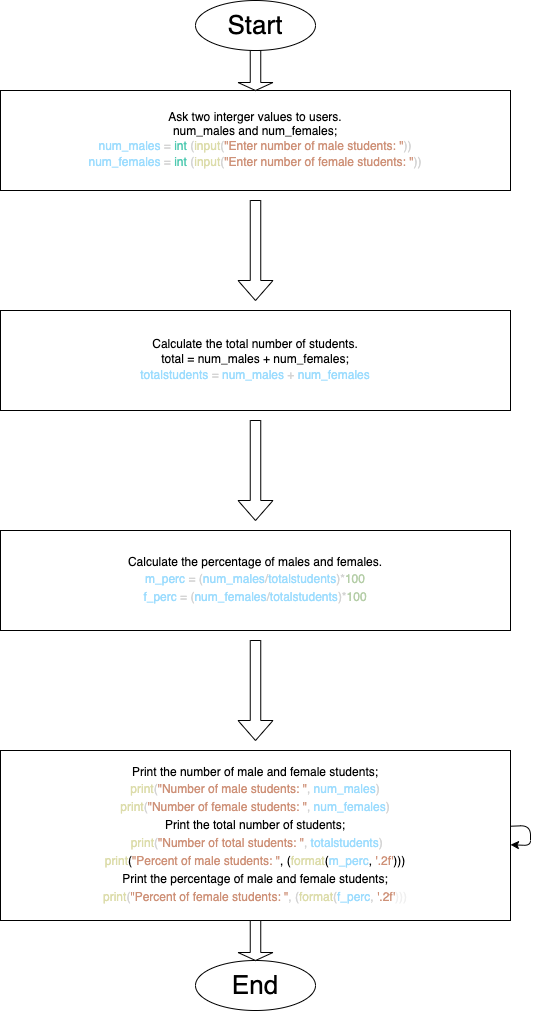
The draw.io diagram hello.drawio.png in Ventura-CSV/assignment-2-1-cris5665, before a commit. Source tidied: cells renumbered, new cells last; positions are measured from the earlier drawing's top-left corner, leaving out a move shared by most shapes.
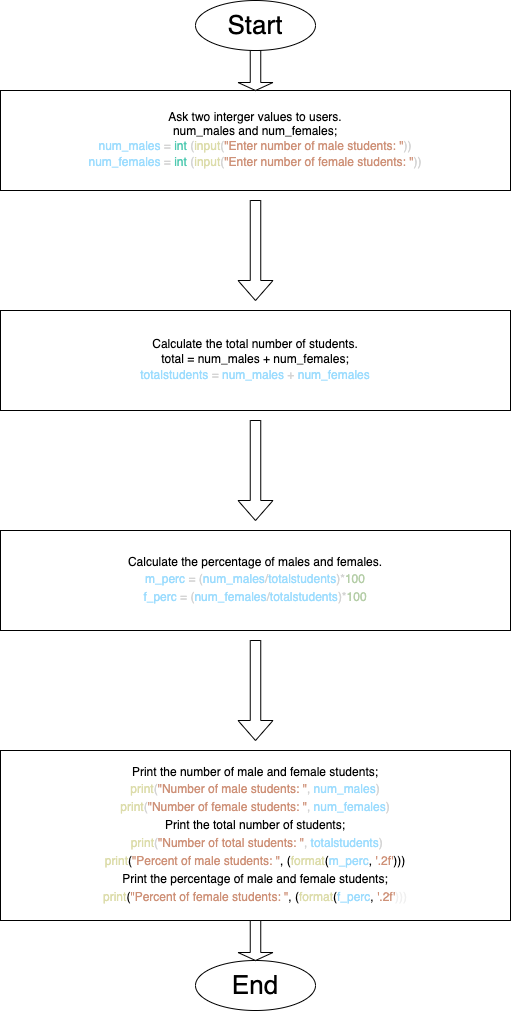
Above is the later version.

Diff of the diagram source:
```diff
@@ -14,16 +14,9 @@
     <mxCell id="5" style="shape=singleArrow;direction=south;whiteSpace=wrap;html=1;labelBackgroundColor=#18141D;fontFamily=Helvetica;" parent="1" vertex="1">
       <mxGeometry x="237.5" y="640" width="35" height="100" as="geometry" />
     </mxCell>
-    <mxCell id="6" value="Print the number of male and female students;&lt;br&gt;&lt;div style=&quot;line-height: 18px;&quot;&gt;&lt;div style=&quot;color: rgb(212, 212, 212);&quot;&gt; &lt;span style=&quot;color: #dcdcaa;&quot;&gt;print&lt;/span&gt;(&lt;span style=&quot;color: #ce9178;&quot;&gt;&quot;Number of male students: &quot;&lt;/span&gt;, &lt;span style=&quot;color: #9cdcfe;&quot;&gt;num_males&lt;/span&gt;)&lt;/div&gt;&lt;div style=&quot;color: rgb(212, 212, 212);&quot;&gt;    &lt;span style=&quot;color: rgb(220, 220, 170);&quot;&gt;print&lt;/span&gt;(&lt;span style=&quot;color: rgb(206, 145, 120);&quot;&gt;&quot;Number of female students: &quot;&lt;/span&gt;, &lt;span style=&quot;color: rgb(156, 220, 254);&quot;&gt;num_females&lt;/span&gt;)&lt;/div&gt;Print the total number of students;&lt;br&gt;&lt;div style=&quot;line-height: 18px;&quot;&gt;&lt;/div&gt;&lt;div style=&quot;color: rgb(212, 212, 212);&quot;&gt;&lt;span style=&quot;background-color: initial;&quot;&gt;&amp;nbsp;&lt;/span&gt;&lt;span style=&quot;background-color: initial; color: rgb(220, 220, 170);&quot;&gt;print&lt;/span&gt;&lt;span style=&quot;background-color: initial;&quot;&gt;(&lt;/span&gt;&lt;span style=&quot;background-color: initial; color: rgb(206, 145, 120);&quot;&gt;&quot;Number of total students: &quot;&lt;/span&gt;&lt;span style=&quot;background-color: initial;&quot;&gt;, &lt;/span&gt;&lt;span style=&quot;background-color: initial; color: rgb(156, 220, 254);&quot;&gt;totalstudents&lt;/span&gt;&lt;span style=&quot;background-color: initial;&quot;&gt;)&lt;/span&gt;&lt;br&gt;&lt;/div&gt;&lt;div style=&quot;&quot;&gt;&lt;span style=&quot;background-color: initial; color: rgb(220, 220, 170);&quot;&gt;print&lt;/span&gt;&lt;span style=&quot;background-color: initial;&quot;&gt;(&lt;/span&gt;&lt;span style=&quot;background-color: initial; color: rgb(206, 145, 120);&quot;&gt;&quot;Percent of male students: &quot;&lt;/span&gt;&lt;span style=&quot;background-color: initial;&quot;&gt;, (&lt;/span&gt;&lt;span style=&quot;background-color: initial; color: rgb(220, 220, 170);&quot;&gt;format&lt;/span&gt;&lt;span style=&quot;background-color: initial;&quot;&gt;(&lt;/span&gt;&lt;span style=&quot;background-color: initial; color: rgb(156, 220, 254);&quot;&gt;m_perc&lt;/span&gt;&lt;span style=&quot;background-color: initial;&quot;&gt;, &lt;/span&gt;&lt;span style=&quot;background-color: initial; color: rgb(206, 145, 120);&quot;&gt;'.2f'&lt;/span&gt;&lt;span style=&quot;background-color: initial;&quot;&gt;)))&lt;/span&gt;&lt;br&gt;&lt;/div&gt;&lt;div style=&quot;&quot;&gt;Print the percentage of male and female students;&lt;br&gt;&lt;div style=&quot;line-height: 18px;&quot;&gt;&lt;/div&gt;&lt;/div&gt;&lt;div style=&quot;&quot;&gt;&lt;div style=&quot;color: rgb(212, 212, 212); line-height: 18px;&quot;&gt;&lt;div style=&quot;line-height: 18px;&quot;&gt;&lt;span style=&quot;color: rgb(220, 220, 170);&quot;&gt;print&lt;/span&gt;(&lt;span style=&quot;color: rgb(206, 145, 120);&quot;&gt;&quot;Percent of female students: &quot;&lt;/span&gt;, (&lt;span style=&quot;color: rgb(220, 220, 170);&quot;&gt;format&lt;/span&gt;(&lt;span style=&quot;color: rgb(156, 220, 254);&quot;&gt;f_perc&lt;/span&gt;, &lt;span style=&quot;color: rgb(206, 145, 120);&quot;&gt;'.2f'&lt;/span&gt;&lt;span style=&quot;color: rgb(240, 240, 240); background-color: initial;&quot;&gt;)))&lt;/span&gt;&lt;/div&gt;&lt;/div&gt;&lt;/div&gt;&lt;/div&gt;" style="rounded=0;whiteSpace=wrap;html=1;" parent="1" vertex="1">
+    <mxCell id="6" value="Print the number of male and female students;&lt;br&gt;&lt;div style=&quot;line-height: 18px;&quot;&gt;&lt;div style=&quot;color: rgb(212, 212, 212);&quot;&gt; &lt;span style=&quot;color: #dcdcaa;&quot;&gt;print&lt;/span&gt;(&lt;span style=&quot;color: #ce9178;&quot;&gt;&quot;Number of male students: &quot;&lt;/span&gt;, &lt;span style=&quot;color: #9cdcfe;&quot;&gt;num_males&lt;/span&gt;)&lt;/div&gt;&lt;div style=&quot;color: rgb(212, 212, 212);&quot;&gt;    &lt;span style=&quot;color: rgb(220, 220, 170);&quot;&gt;print&lt;/span&gt;(&lt;span style=&quot;color: rgb(206, 145, 120);&quot;&gt;&quot;Number of female students: &quot;&lt;/span&gt;, &lt;span style=&quot;color: rgb(156, 220, 254);&quot;&gt;num_females&lt;/span&gt;)&lt;/div&gt;Print the total number of students;&lt;br&gt;&lt;div style=&quot;line-height: 18px;&quot;&gt;&lt;/div&gt;&lt;div style=&quot;color: rgb(212, 212, 212);&quot;&gt;&lt;span style=&quot;background-color: initial;&quot;&gt;&amp;nbsp;&lt;/span&gt;&lt;span style=&quot;background-color: initial; color: rgb(220, 220, 170);&quot;&gt;print&lt;/span&gt;&lt;span style=&quot;background-color: initial;&quot;&gt;(&lt;/span&gt;&lt;span style=&quot;background-color: initial; color: rgb(206, 145, 120);&quot;&gt;&quot;Number of total students: &quot;&lt;/span&gt;&lt;span style=&quot;background-color: initial;&quot;&gt;, &lt;/span&gt;&lt;span style=&quot;background-color: initial; color: rgb(156, 220, 254);&quot;&gt;totalstudents&lt;/span&gt;&lt;span style=&quot;background-color: initial;&quot;&gt;)&lt;/span&gt;&lt;br&gt;&lt;/div&gt;&lt;div style=&quot;&quot;&gt;&lt;span style=&quot;background-color: initial; color: rgb(220, 220, 170);&quot;&gt;print&lt;/span&gt;&lt;span style=&quot;background-color: initial;&quot;&gt;(&lt;/span&gt;&lt;span style=&quot;background-color: initial; color: rgb(206, 145, 120);&quot;&gt;&quot;Percent of male students: &quot;&lt;/span&gt;&lt;span style=&quot;background-color: initial;&quot;&gt;, (&lt;/span&gt;&lt;span style=&quot;background-color: initial; color: rgb(220, 220, 170);&quot;&gt;format&lt;/span&gt;&lt;span style=&quot;background-color: initial;&quot;&gt;(&lt;/span&gt;&lt;span style=&quot;background-color: initial; color: rgb(156, 220, 254);&quot;&gt;m_perc&lt;/span&gt;&lt;span style=&quot;background-color: initial;&quot;&gt;, &lt;/span&gt;&lt;span style=&quot;background-color: initial; color: rgb(206, 145, 120);&quot;&gt;'.2f'&lt;/span&gt;&lt;span style=&quot;background-color: initial;&quot;&gt;)))&lt;/span&gt;&lt;br&gt;&lt;/div&gt;&lt;div style=&quot;&quot;&gt;Print the percentage of male and female students;&lt;br&gt;&lt;div style=&quot;line-height: 18px;&quot;&gt;&lt;/div&gt;&lt;/div&gt;&lt;div style=&quot;&quot;&gt;&lt;div style=&quot;line-height: 18px;&quot;&gt;&lt;div style=&quot;line-height: 18px;&quot;&gt;&lt;span style=&quot;color: rgb(220, 220, 170);&quot;&gt;print&lt;/span&gt;(&lt;span style=&quot;color: rgb(206, 145, 120);&quot;&gt;&quot;Percent of female students: &quot;&lt;/span&gt;, (&lt;span style=&quot;color: rgb(220, 220, 170);&quot;&gt;format&lt;/span&gt;(&lt;span style=&quot;color: rgb(156, 220, 254);&quot;&gt;f_perc&lt;/span&gt;, &lt;span style=&quot;color: rgb(206, 145, 120);&quot;&gt;'.2f'&lt;/span&gt;&lt;span style=&quot;color: rgb(240, 240, 240); background-color: initial;&quot;&gt;)))&lt;/span&gt;&lt;/div&gt;&lt;/div&gt;&lt;/div&gt;&lt;/div&gt;" style="rounded=0;whiteSpace=wrap;html=1;" parent="1" vertex="1">
       <mxGeometry y="750" width="510" height="170" as="geometry" />
     </mxCell>
-    <mxCell id="7" style="edgeStyle=none;html=1;fontFamily=Helvetica;" parent="1" edge="1" source="6" target="6">
-      <mxGeometry relative="1" as="geometry">
-        <Array as="points">
-          <mxPoint x="430" y="880" />
-        </Array>
-      </mxGeometry>
-    </mxCell>
     <mxCell id="8" style="shape=singleArrow;direction=south;whiteSpace=wrap;html=1;labelBackgroundColor=#18141D;fontFamily=Helvetica;" parent="1" vertex="1">
       <mxGeometry x="237.5" y="420" width="35" height="100" as="geometry" />
     </mxCell>
```
